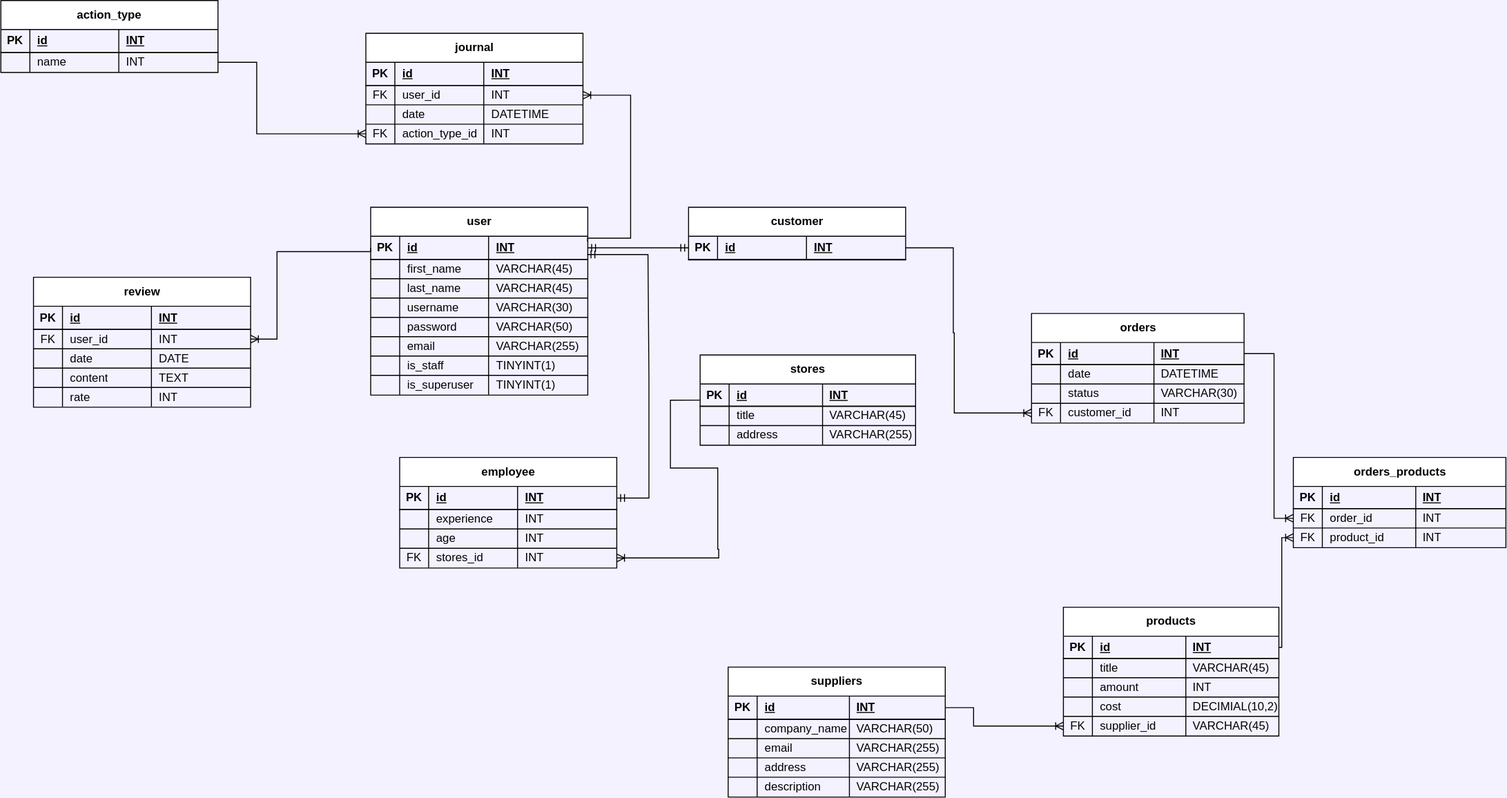
The draw.io diagram DbdiagramV2.svg in PoltosSVA/BD, before a commit. Source tidied: cells renumbered, new cells last; positions are measured from the earlier drawing's top-left corner, leaving out a move shared by most shapes.
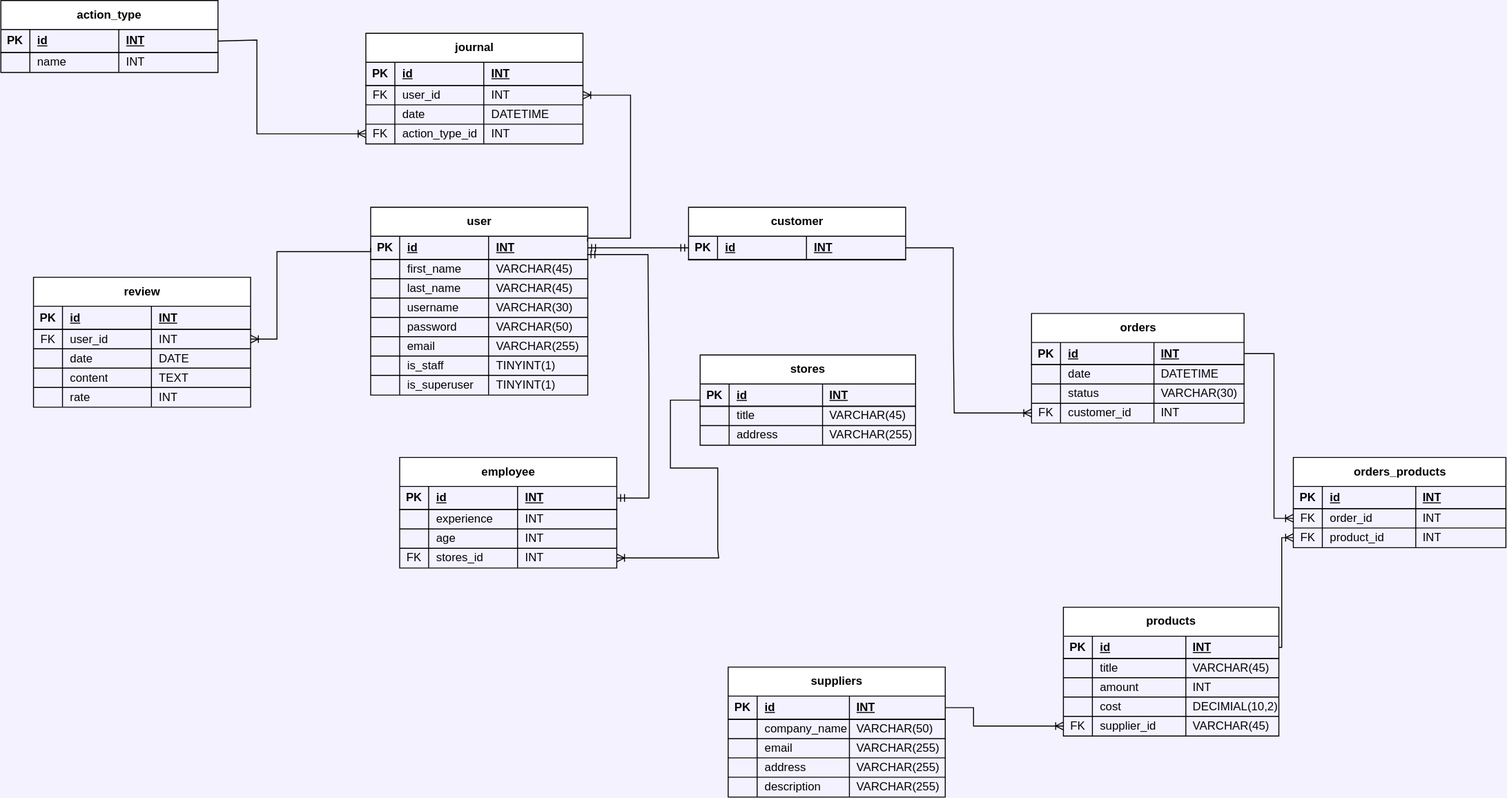
After the change.

The edit, as a diff of the source:
```diff
@@ -570,11 +570,12 @@
     <mxCell id="177" value="INT" style="shape=partialRectangle;fillColor=none;top=0;left=0;bottom=0;right=0;align=left;spacingLeft=6;overflow=hidden;whiteSpace=wrap;html=1;" parent="174" vertex="1">
       <mxGeometry x="122" width="102.7" height="20" as="geometry" />
     </mxCell>
-    <mxCell id="178" style="edgeStyle=orthogonalEdgeStyle;fontSize=12;html=1;endArrow=ERoneToMany;rounded=0;entryX=0;entryY=0.5;entryDx=0;entryDy=0;exitX=1;exitY=0.5;exitDx=0;exitDy=0;" parent="1" edge="1" source="157" target="174">
+    <mxCell id="178" style="edgeStyle=orthogonalEdgeStyle;fontSize=12;html=1;endArrow=ERoneToMany;rounded=0;entryX=0;entryY=0.5;entryDx=0;entryDy=0;exitX=1;exitY=0.5;exitDx=0;exitDy=0;" parent="1" edge="1" source="153" target="174">
       <mxGeometry relative="1" as="geometry">
         <Array as="points">
-          <mxPoint x="264.8" y="64" />
-          <mxPoint x="264.8" y="138" />
+          <mxPoint x="225" y="41" />
+          <mxPoint x="265" y="41" />
+          <mxPoint x="265" y="138" />
         </Array>
       </mxGeometry>
     </mxCell>
```
